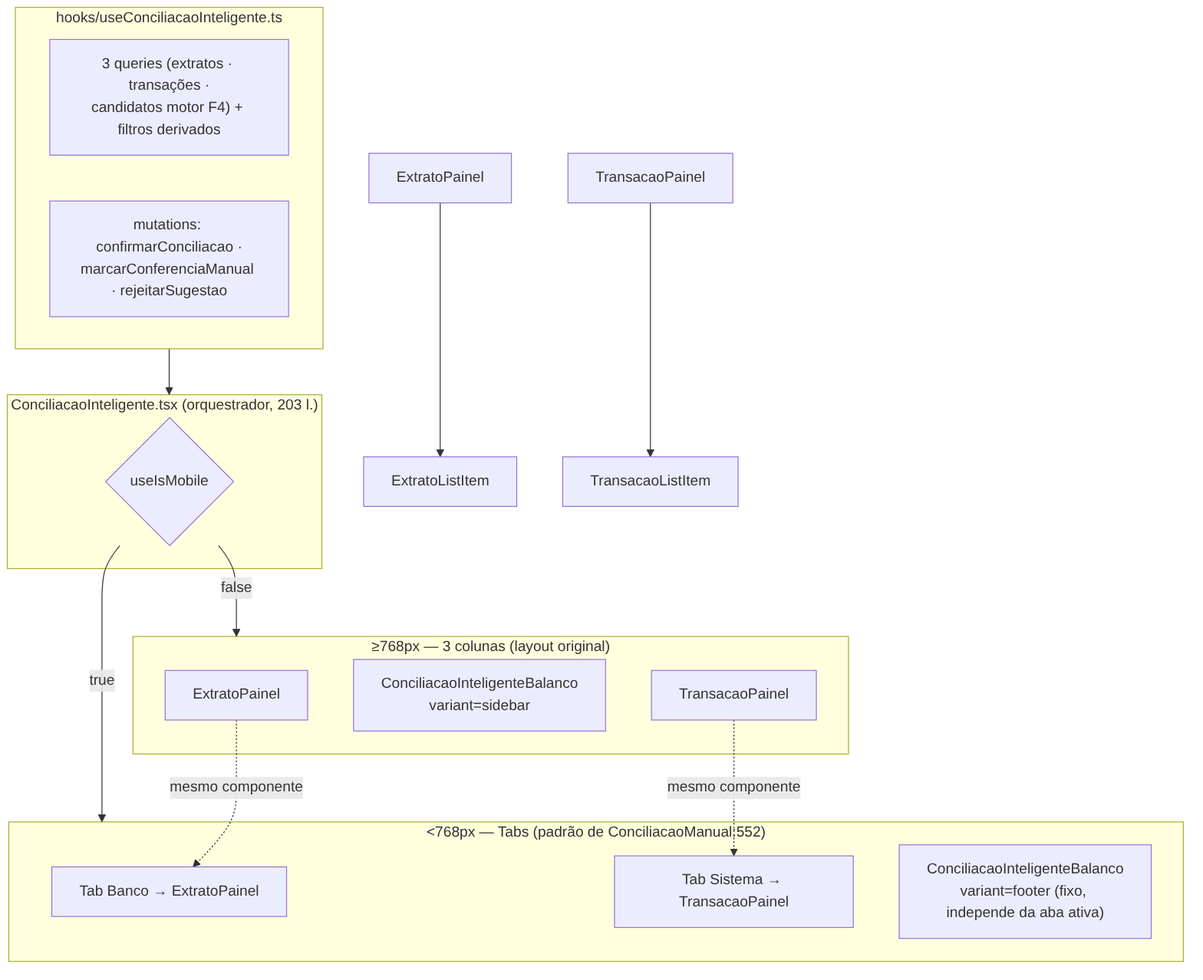
Before: docs/diagramas/exports/fluxo-financeiro_9.png, a diagram exported from Mermaid (adrianoapc/igreja-carvalho). Its source is kept beside it as docs/diagramas/exports/fluxo-financeiro_9.mmd.
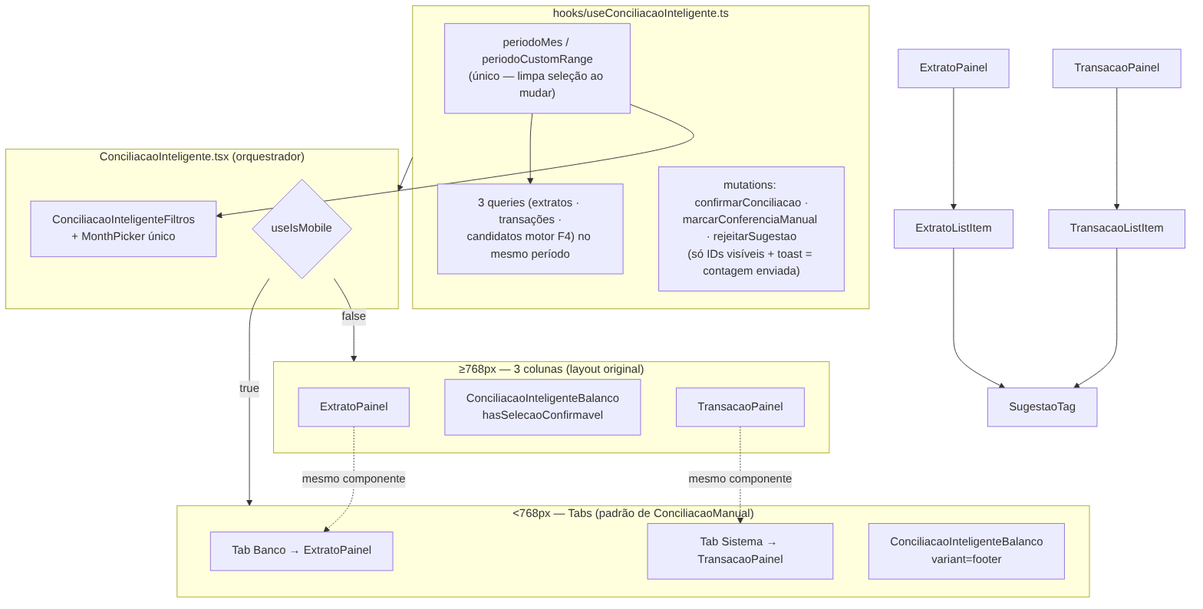
Above is the later version.

The edit, as a diff of the source:
```diff
@@ -1,24 +1,28 @@
 flowchart TD
     subgraph HOOK["hooks/useConciliacaoInteligente.ts"]
-        Q["3 queries (extratos · transações ·\ncandidatos motor F4) + filtros derivados"]
-        M["mutations: confirmarConciliacao ·\nmarcarConferenciaManual · rejeitarSugestao"]
+        P["periodoMes / periodoCustomRange\n(único — limpa seleção ao mudar)"]
+        Q["3 queries (extratos · transações ·\ncandidatos motor F4) no mesmo período"]
+        M["mutations: confirmarConciliacao ·\nmarcarConferenciaManual · rejeitarSugestao\n(só IDs visíveis + toast = contagem enviada)"]
     end
 
-    subgraph ORQ["ConciliacaoInteligente.tsx (orquestrador, 203 l.)"]
+    subgraph ORQ["ConciliacaoInteligente.tsx (orquestrador)"]
+        FILT["ConciliacaoInteligenteFiltros\n+ MonthPicker único"]
         MOBILE{useIsMobile}
     end
     HOOK --> ORQ
+    P --> FILT
+    P --> Q
 
     subgraph DESKTOP["≥768px — 3 colunas (layout original)"]
         D1[ExtratoPainel]
-        D2["ConciliacaoInteligenteBalanco\nvariant=sidebar"]
+        D2["ConciliacaoInteligenteBalanco\nhasSelecaoConfirmavel"]
         D3[TransacaoPainel]
     end
 
-    subgraph MOBILE_UI["<768px — Tabs (padrão de ConciliacaoManual:552)"]
+    subgraph MOBILE_UI["<768px — Tabs (padrão de ConciliacaoManual)"]
         T1["Tab Banco → ExtratoPainel"]
         T2["Tab Sistema → TransacaoPainel"]
-        F["ConciliacaoInteligenteBalanco\nvariant=footer (fixo, independe da aba ativa)"]
+        F["ConciliacaoInteligenteBalanco\nvariant=footer"]
     end
 
     MOBILE -->|false| DESKTOP
@@ -28,4 +32,6 @@
     D3 -.mesmo componente.-> T2
 
     ExtratoPainel --> ExtratoListItem
+    ExtratoListItem --> SugestaoTag
     TransacaoPainel --> TransacaoListItem
+    TransacaoListItem --> SugestaoTag
```
